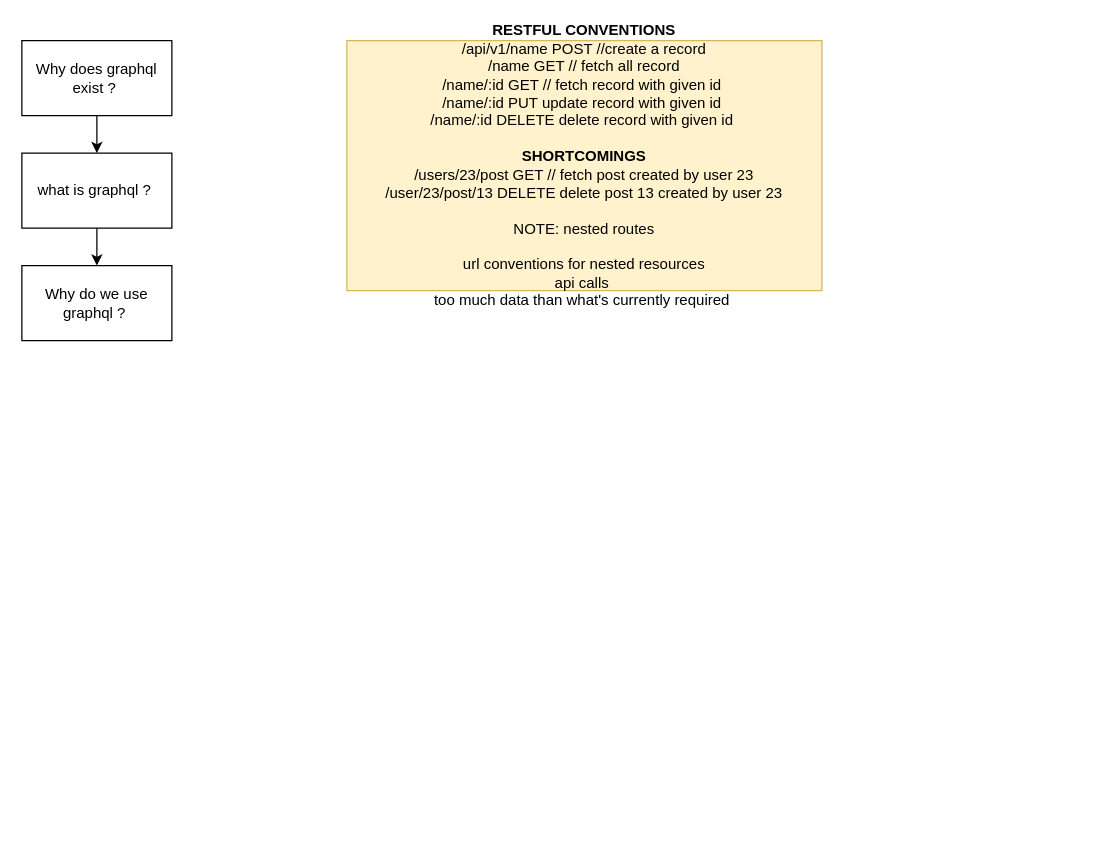
This is Untitled Diagram.drawio from buzzracharyeah-rejan/diagrams, a draw.io file, before an edit. Source tidied: cells renumbered, new cells numbered last; positions are measured from the earlier drawing's top-left corner, leaving out a move shared by most shapes. Both pictures are drawn from the tidied source at 125%, with x=0, y=0 at pixel (21, 40).
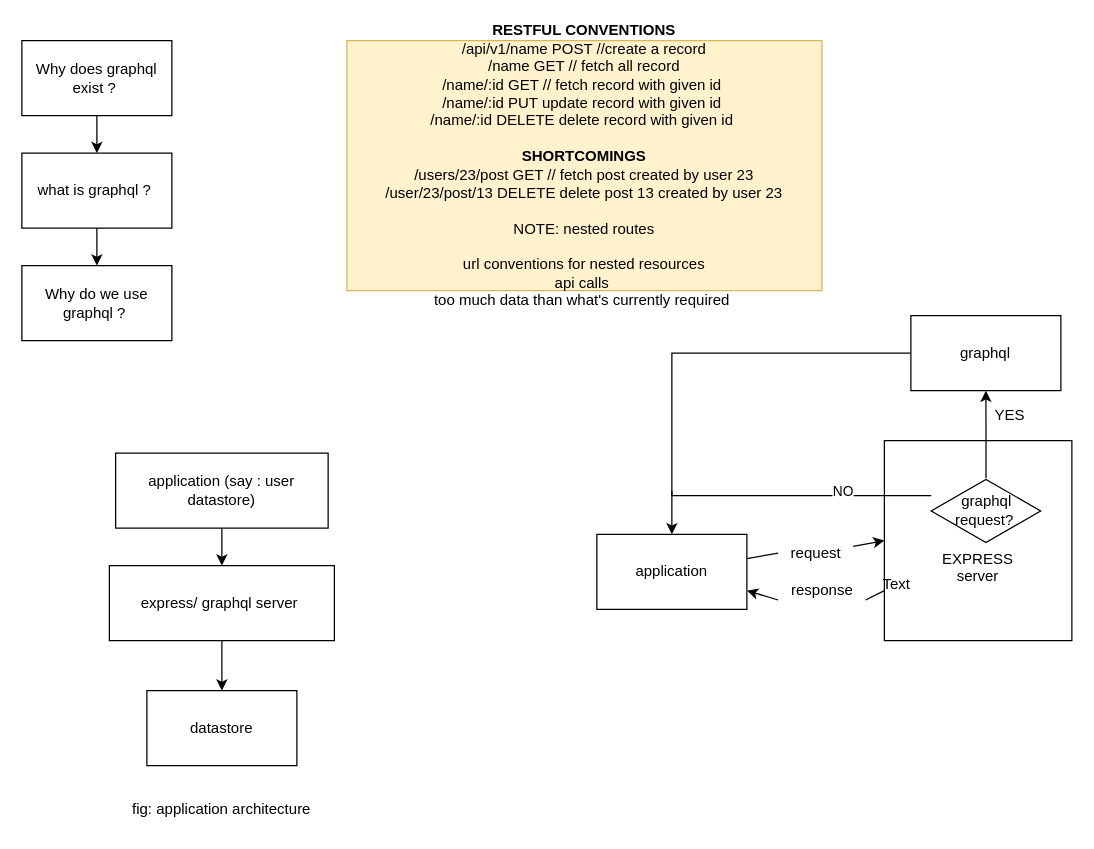
Above is the later version.

Diff of the diagram source:
```diff
@@
+    <mxCell id="8" style="edgeStyle=orthogonalEdgeStyle;rounded=0;jettySize=auto;html=1;" parent="1" edge="1" source="9" target="10">
+      <mxGeometry relative="1" as="geometry" />
+    </mxCell>
+    <mxCell id="9" value="express/ graphql server&amp;nbsp;&lt;br&gt;" style="rounded=0;whiteSpace=wrap;html=1;" parent="1" vertex="1">
+      <mxGeometry x="70" y="420" width="180" height="60" as="geometry" />
+    </mxCell>
+    <mxCell id="10" value="datastore" style="rounded=0;whiteSpace=wrap;html=1;" parent="1" vertex="1">
+      <mxGeometry x="100" y="520" width="120" height="60" as="geometry" />
+    </mxCell>
+    <mxCell id="11" style="edgeStyle=orthogonalEdgeStyle;rounded=0;jettySize=auto;html=1;" parent="1" edge="1" source="12" target="9">
+      <mxGeometry relative="1" as="geometry" />
+    </mxCell>
+    <mxCell id="12" value="application (say : user datastore)" style="rounded=0;whiteSpace=wrap;html=1;" parent="1" vertex="1">
+      <mxGeometry x="75" y="330" width="170" height="60" as="geometry" />
+    </mxCell>
+    <mxCell id="13" value="fig: application architecture" style="text;html=1;strokeColor=none;fillColor=none;align=center;verticalAlign=middle;whiteSpace=wrap;rounded=0;" parent="1" vertex="1">
+      <mxGeometry x="85" y="600" width="150" height="30" as="geometry" />
+    </mxCell>
+    <mxCell id="14" value="&lt;br&gt;&lt;br&gt;&lt;br&gt;EXPRESS&lt;br&gt;server" style="rounded=0;whiteSpace=wrap;html=1;" parent="1" vertex="1">
+      <mxGeometry x="690" y="320" width="150" height="160" as="geometry" />
+    </mxCell>
+    <mxCell id="15" value="application" style="rounded=0;whiteSpace=wrap;html=1;" parent="1" vertex="1">
+      <mxGeometry x="460" y="395" width="120" height="60" as="geometry" />
+    </mxCell>
+    <mxCell id="16" style="endArrow=classic;html=1;rounded=0;entryX=0;entryY=0.5;entryDx=0;entryDy=0;startArrow=none;" parent="1" edge="1" source="26" target="14">
+      <mxGeometry relative="1" as="geometry" />
+    </mxCell>
+    <mxCell id="17" style="endArrow=classic;html=1;rounded=0;entryX=1;entryY=0.75;entryDx=0;entryDy=0;exitX=0;exitY=0.75;exitDx=0;exitDy=0;startArrow=none;" parent="1" edge="1" source="28" target="15">
+      <mxGeometry relative="1" as="geometry" />
+    </mxCell>
+    <mxCell id="18" style="edgeStyle=orthogonalEdgeStyle;rounded=0;jettySize=auto;html=1;endArrow=none;endFill=0;" parent="1" edge="1" source="21">
+      <mxGeometry relative="1" as="geometry">
+        <mxPoint x="520" y="360" as="targetPoint" />
+        <Array as="points">
+          <mxPoint x="520" y="364" />
+        </Array>
+      </mxGeometry>
+    </mxCell>
+    <mxCell id="19" value="NO" style="edgeLabel;html=1;align=center;verticalAlign=middle;" parent="18" vertex="1">
+      <mxGeometry x="-0.32" y="-4" relative="1" as="geometry">
+        <mxPoint x="1" as="offset" />
+      </mxGeometry>
+    </mxCell>
+    <mxCell id="20" style="edgeStyle=orthogonalEdgeStyle;rounded=0;jettySize=auto;html=1;" parent="1" edge="1" source="21" target="23">
+      <mxGeometry relative="1" as="geometry" />
+    </mxCell>
+    <mxCell id="21" value="graphql request?&amp;nbsp;" style="html=1;whiteSpace=wrap;shape=isoRectangle;" parent="1" vertex="1">
+      <mxGeometry x="727.5" y="350" width="87.5" height="52.5" as="geometry" />
+    </mxCell>
+    <mxCell id="22" style="edgeStyle=orthogonalEdgeStyle;rounded=0;jettySize=auto;html=1;" parent="1" edge="1" source="23" target="15">
+      <mxGeometry relative="1" as="geometry" />
+    </mxCell>
+    <mxCell id="23" value="graphql" style="rounded=0;whiteSpace=wrap;html=1;" parent="1" vertex="1">
+      <mxGeometry x="711.2" y="220" width="120" height="60" as="geometry" />
+    </mxCell>
+    <mxCell id="24" value="Text" style="text;html=1;strokeColor=none;fillColor=none;align=center;verticalAlign=middle;whiteSpace=wrap;rounded=0;" parent="1" vertex="1">
+      <mxGeometry x="670" y="420" width="60" height="30" as="geometry" />
+    </mxCell>
+    <mxCell id="25" value="YES" style="text;html=1;align=center;verticalAlign=middle;strokeColor=none;fillColor=none;" parent="1" vertex="1">
+      <mxGeometry x="765" y="285" width="50" height="30" as="geometry" />
+    </mxCell>
+    <mxCell id="26" value="request" style="text;html=1;align=center;verticalAlign=middle;points=[];strokeColor=none;fillColor=none;" parent="1" vertex="1">
+      <mxGeometry x="605" y="395" width="60" height="30" as="geometry" />
+    </mxCell>
+    <mxCell id="27" style="endArrow=none;html=1;rounded=0;entryX=0;entryY=0.5;entryDx=0;entryDy=0;" parent="1" edge="1" source="15" target="26">
+      <mxGeometry relative="1" as="geometry" />
+    </mxCell>
+    <mxCell id="28" value="response" style="text;html=1;align=center;verticalAlign=middle;points=[];strokeColor=none;fillColor=none;" parent="1" vertex="1">
+      <mxGeometry x="605" y="425" width="70" height="30" as="geometry" />
+    </mxCell>
+    <mxCell id="29" style="endArrow=none;html=1;rounded=0;entryX=1;entryY=0.75;entryDx=0;entryDy=0;exitX=0;exitY=0.75;exitDx=0;exitDy=0;" parent="1" edge="1" source="14" target="28">
+      <mxGeometry relative="1" as="geometry" />
+    </mxCell>
```
